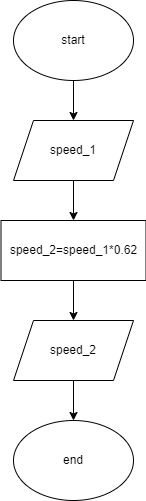
Before: PF-Theory/theory_assignments/assign1/drawings/prob1.drawio.png, a diagram exported from draw.io (R4F4I/-24K0009-Rafay-Siddiqui). Source tidied: cells renumbered, new cells last; positions are measured from the earlier drawing's top-left corner, leaving out a move shared by most shapes. Source of this version:
```xml
<mxGraphModel>
  <root>
    <mxCell id="0" />
    <mxCell id="1" parent="0" />
    <mxCell id="2" style="edgeStyle=none;html=1;" parent="1" edge="1" source="3" target="5">
      <mxGeometry relative="1" as="geometry" />
    </mxCell>
    <mxCell id="3" value="start" style="ellipse;whiteSpace=wrap;html=1;" parent="1" vertex="1">
      <mxGeometry x="12" width="120" height="80" as="geometry" />
    </mxCell>
    <mxCell id="4" style="edgeStyle=none;html=1;" parent="1" edge="1" source="5" target="7">
      <mxGeometry relative="1" as="geometry" />
    </mxCell>
    <mxCell id="5" value="speed_1" style="shape=parallelogram;perimeter=parallelogramPerimeter;whiteSpace=wrap;html=1;fixedSize=1;" parent="1" vertex="1">
      <mxGeometry x="12" y="120" width="120" height="60" as="geometry" />
    </mxCell>
    <mxCell id="6" style="edgeStyle=none;html=1;" parent="1" edge="1" source="7" target="9">
      <mxGeometry relative="1" as="geometry" />
    </mxCell>
    <mxCell id="7" value="speed_2=speed_1*0.62" style="rounded=0;whiteSpace=wrap;html=1;" parent="1" vertex="1">
      <mxGeometry x="-0.5" y="220" width="145" height="60" as="geometry" />
    </mxCell>
    <mxCell id="8" style="edgeStyle=none;html=1;" parent="1" edge="1" source="9" target="10">
      <mxGeometry relative="1" as="geometry" />
    </mxCell>
    <mxCell id="9" value="speed_2" style="shape=parallelogram;perimeter=parallelogramPerimeter;whiteSpace=wrap;html=1;fixedSize=1;" parent="1" vertex="1">
      <mxGeometry x="12" y="320" width="120" height="60" as="geometry" />
    </mxCell>
    <mxCell id="10" value="end" style="ellipse;whiteSpace=wrap;html=1;" parent="1" vertex="1">
      <mxGeometry x="12" y="420" width="120" height="80" as="geometry" />
    </mxCell>
  </root>
</mxGraphModel>
```
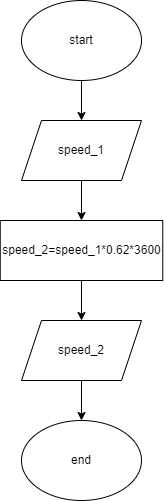
Later version of the same file.

Change to the diagram source:
```diff
@@ -17,8 +17,8 @@
     <mxCell id="6" style="edgeStyle=none;html=1;" parent="1" edge="1" source="7" target="9">
       <mxGeometry relative="1" as="geometry" />
     </mxCell>
-    <mxCell id="7" value="speed_2=speed_1*0.62" style="rounded=0;whiteSpace=wrap;html=1;" parent="1" vertex="1">
-      <mxGeometry x="-0.5" y="220" width="145" height="60" as="geometry" />
+    <mxCell id="7" value="speed_2=speed_1*0.62*3600" style="rounded=0;whiteSpace=wrap;html=1;" parent="1" vertex="1">
+      <mxGeometry x="-9.2" y="220" width="162.5" height="60" as="geometry" />
     </mxCell>
     <mxCell id="8" style="edgeStyle=none;html=1;" parent="1" edge="1" source="9" target="10">
       <mxGeometry relative="1" as="geometry" />
```
